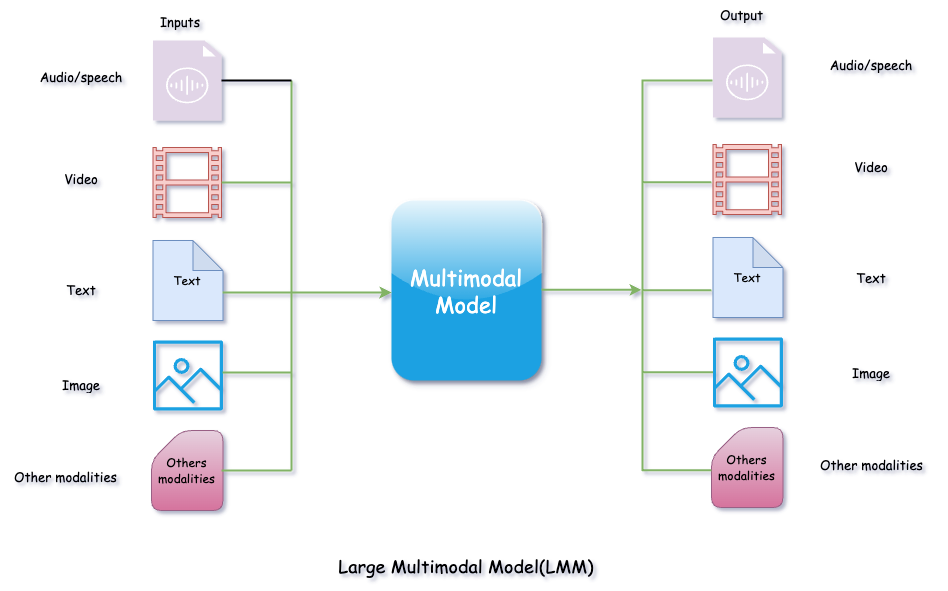
The draw.io diagram static/images/posts/large-multimodal-model-prompting-with-google-gemini-and-vertex-ai/large-multimodal-model.png in dev-scripts/prakashbhandari.com.np, before a commit. Source tidied: cells renumbered, new cells last; positions are measured from the earlier drawing's top-left corner, leaving out a move shared by most shapes.
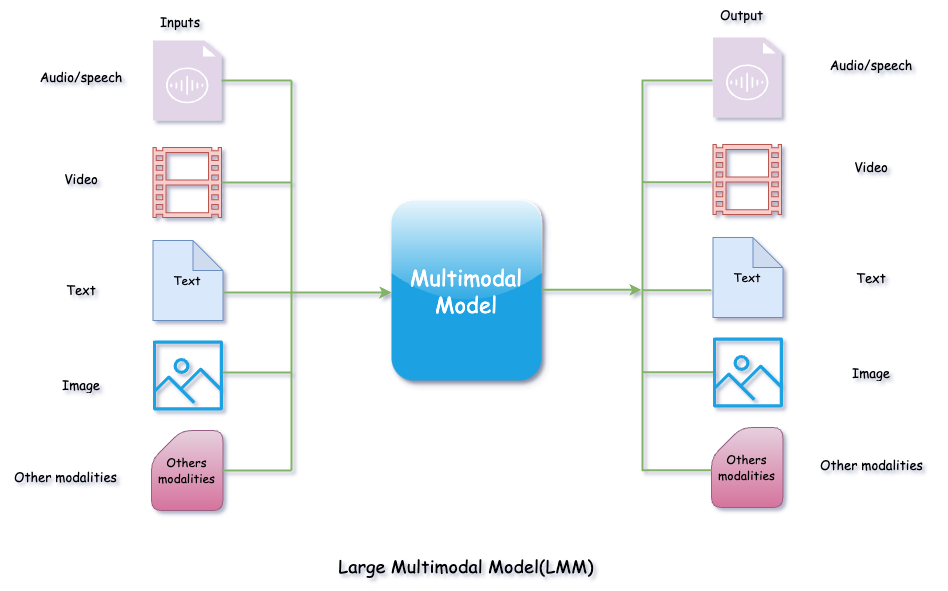
Later version of the same file.

Commit message:
Large Multimodal Model(LMM) Prompting With Google Gemini and Vertex AI

The edit, as a diff of the source:
```diff
@@ -26,7 +26,7 @@
         <mxPoint x="291" y="80" as="targetPoint" />
       </mxGeometry>
     </mxCell>
-    <mxCell id="9" style="endArrow=none;html=1;rounded=1;fillColor=#d5e8d4;strokeColor=default;strokeWidth=2;" parent="1" edge="1">
+    <mxCell id="9" style="endArrow=none;html=1;rounded=1;fillColor=#d5e8d4;strokeColor=#82b366;strokeWidth=2;" parent="1" edge="1">
       <mxGeometry relative="1" as="geometry">
         <mxPoint x="221" y="80" as="sourcePoint" />
         <mxPoint x="291" y="80" as="targetPoint" />
```
